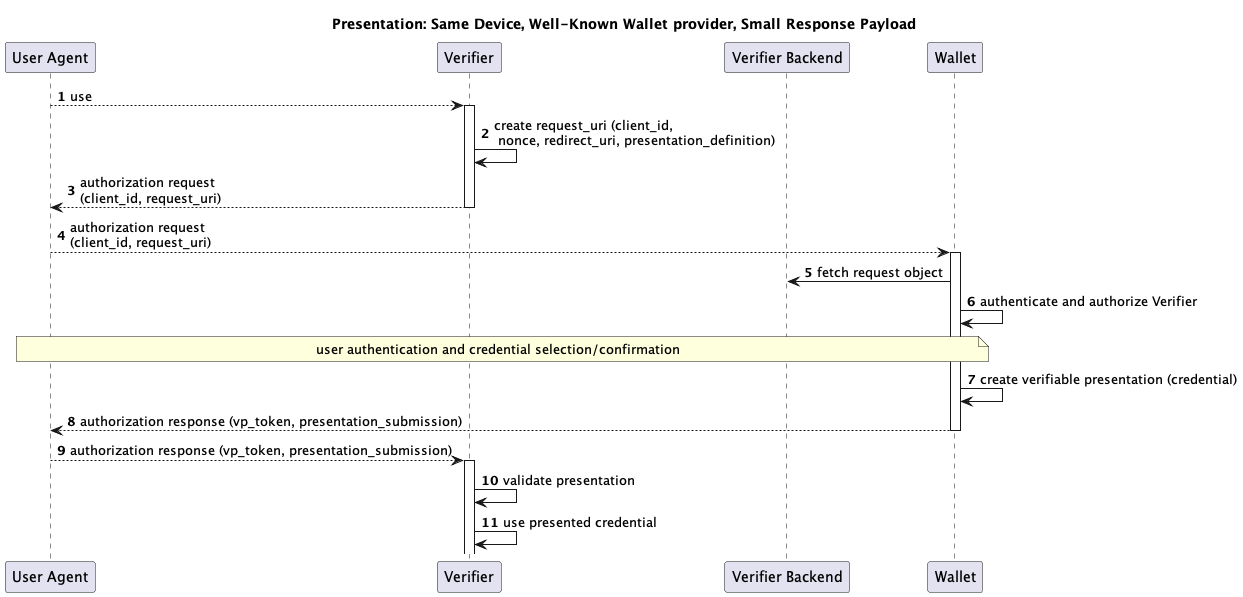
The PlantUML diagram out/openid-4-verifiable-presentations/diagrams/presentation_same_device/presentation_same_device.png in openid/connect, before a commit.
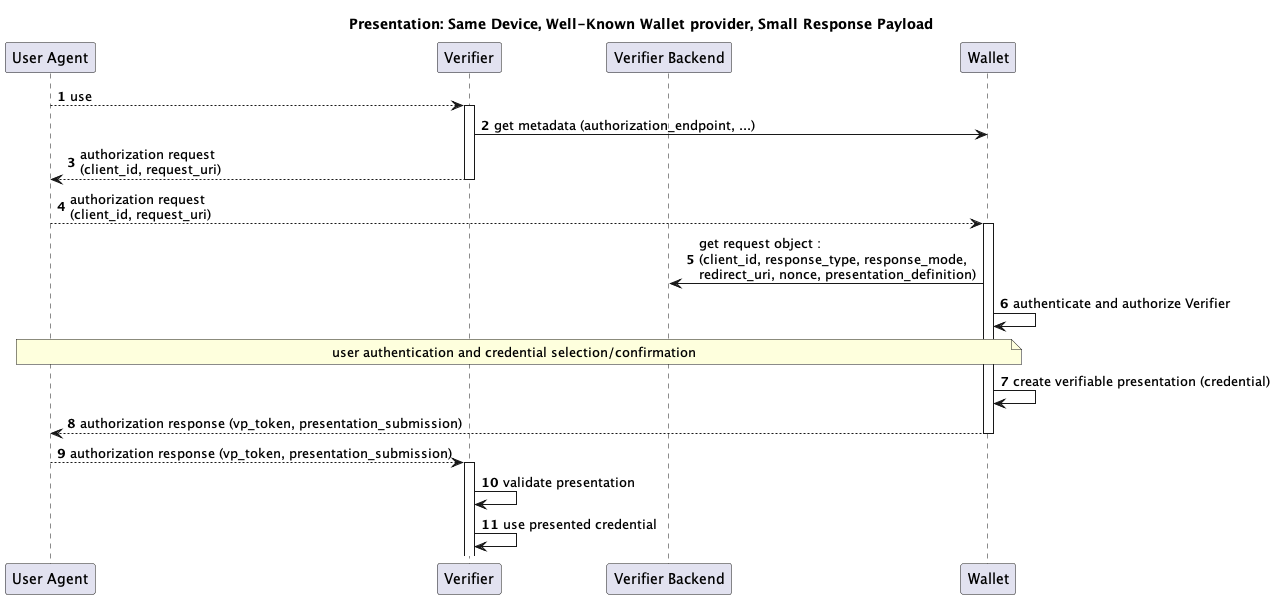
After the commit.

Commit message:
response code issued by verifier + introduce PKCE for response code

The edit, as a diff of the source:
```diff
@@ -14,12 +14,12 @@
 
 u --> r : use
 activate r
-r -> r: create request_uri (client_id,\n nonce, redirect_uri, presentation_definition)
+r -> w: get metadata (authorization_endpoint, ...)
 r --> u: authorization request\n(client_id, request_uri)
 deactivate r
 u --> w: authorization request\n(client_id, request_uri)
 activate w
-w -> rb: fetch request object
+w -> rb: get request object : \n(client_id, response_type, response_mode, \nredirect_uri, nonce, presentation_definition)
 w -> w: authenticate and authorize Verifier
 
 note over u, w: user authentication and credential selection/confirmation
```
